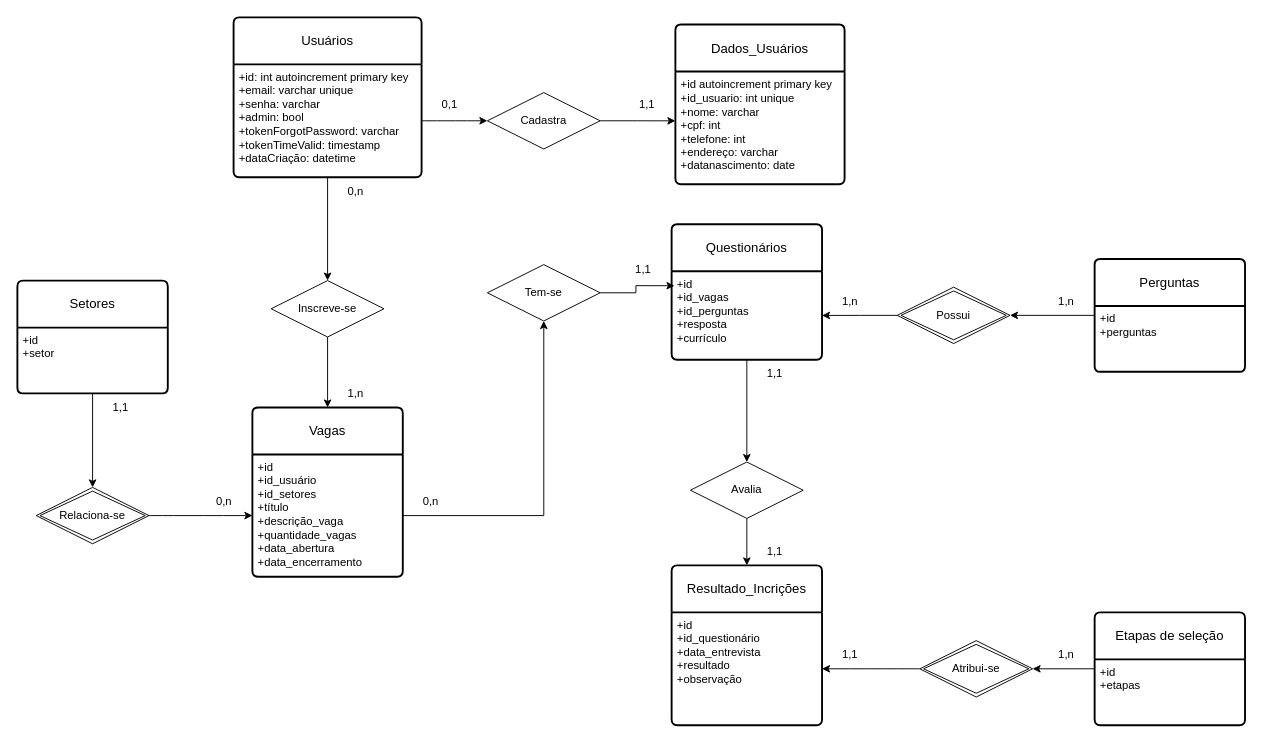
Above: Diagrama Modelo Relacional.drawio in ExtraProjects860/Project-Selection-Process-Control (draw.io), before the change. Source tidied: cells renumbered, new cells numbered last; positions are measured from the earlier drawing's top-left corner, leaving out a move shared by most shapes. Both pictures are drawn from the tidied source at 94%, with x=0, y=0 at pixel (17, 17).
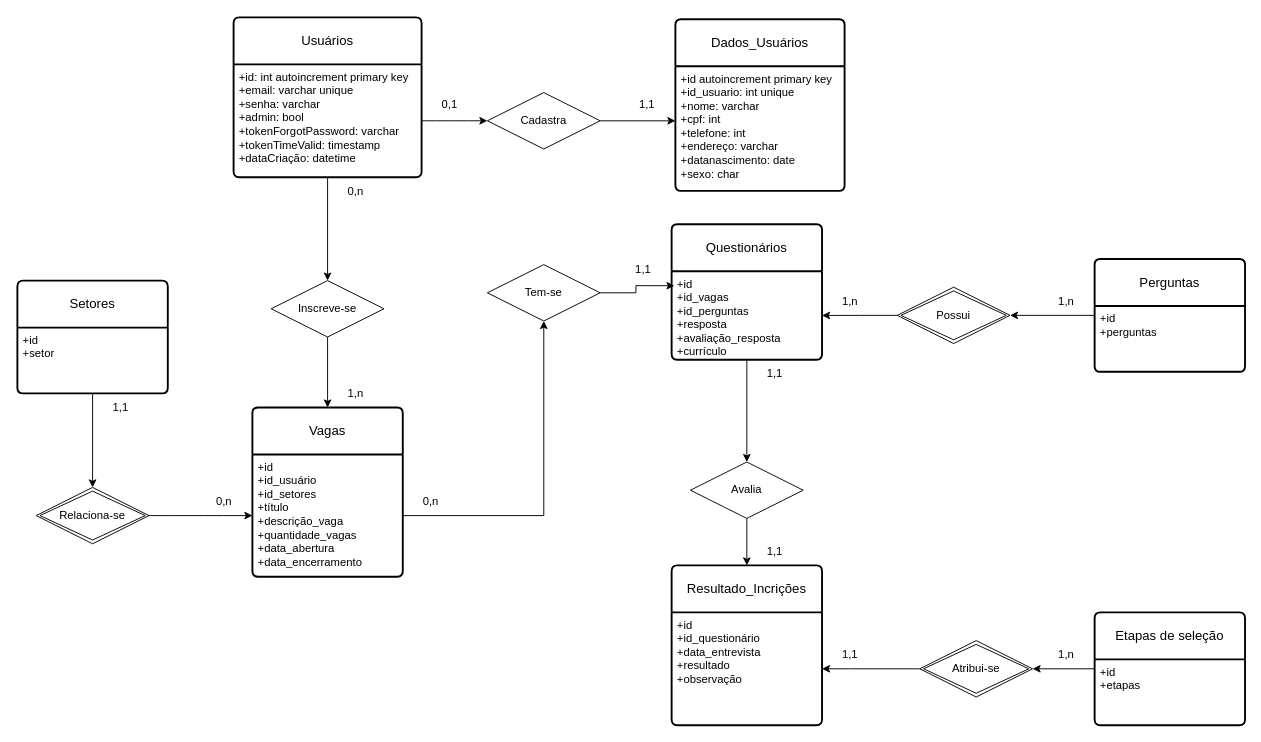
The same diagram, later.

Unchanged cells that the change refers to:
```xml
<mxCell id="17" value="Questionários" style="swimlane;horizontal=1;startSize=50;rounded=1;fontSize=14;fontStyle=0;strokeWidth=2;shadow=0;dashed=0;align=center;arcSize=4;whiteSpace=wrap;html=1;" parent="1" vertex="1">
  <mxGeometry x="696" y="220" width="160" height="144.2" as="geometry" />
</mxCell>
```

Change to the diagram source:
```diff
@@
     <mxCell id="4" value="Dados_Usuários" style="swimlane;horizontal=1;startSize=50;rounded=1;fontSize=14;fontStyle=0;strokeWidth=2;shadow=0;dashed=0;align=center;arcSize=4;whiteSpace=wrap;html=1;" parent="1" vertex="1">
-      <mxGeometry x="700" y="7.5" width="180" height="170" as="geometry" />
+      <mxGeometry x="700" y="2" width="180" height="182.5" as="geometry" />
     </mxCell>
-    <mxCell id="5" value="&lt;div&gt;+id&amp;nbsp;&lt;span style=&quot;background-color: initial;&quot;&gt;autoincrement primary key&lt;/span&gt;&lt;/div&gt;&lt;div&gt;+id_usuario: int unique&lt;/div&gt;+nome: varchar&lt;div&gt;+cpf: int&lt;br&gt;&lt;div&gt;+telefone: int&lt;/div&gt;&lt;div&gt;+endereço: varchar&lt;/div&gt;&lt;div&gt;+datanascimento: date&lt;/div&gt;&lt;/div&gt;" style="align=left;strokeColor=none;fillColor=none;spacingLeft=4;fontSize=12;verticalAlign=top;html=1;" parent="4" vertex="1">
-      <mxGeometry y="50" width="180" height="120" as="geometry" />
+    <mxCell id="5" value="&lt;div&gt;+id&amp;nbsp;&lt;span style=&quot;background-color: initial;&quot;&gt;autoincrement primary key&lt;/span&gt;&lt;/div&gt;&lt;div&gt;+id_usuario: int unique&lt;/div&gt;+nome: varchar&lt;div&gt;+cpf: int&lt;br&gt;&lt;div&gt;+telefone: int&lt;/div&gt;&lt;div&gt;+endereço: varchar&lt;/div&gt;&lt;div&gt;+datanascimento: date&lt;/div&gt;&lt;/div&gt;&lt;div&gt;+sexo: char&lt;/div&gt;" style="align=left;strokeColor=none;fillColor=none;spacingLeft=4;fontSize=12;verticalAlign=top;html=1;" parent="4" vertex="1">
+      <mxGeometry y="50" width="180" height="132.5" as="geometry" />
     </mxCell>
@@
-    <mxCell id="18" value="+id&lt;div&gt;+id_vagas&lt;br&gt;+id_perguntas&lt;/div&gt;&lt;div&gt;+resposta&lt;br&gt;&lt;div&gt;+currículo&lt;/div&gt;&lt;/div&gt;" style="align=left;strokeColor=none;fillColor=none;spacingLeft=4;fontSize=12;verticalAlign=top;html=1;" parent="17" vertex="1">
+    <mxCell id="18" value="+id&lt;div&gt;+id_vagas&lt;br&gt;+id_perguntas&lt;/div&gt;&lt;div&gt;+resposta&lt;/div&gt;&lt;div&gt;+avaliação_resposta&lt;br&gt;&lt;div&gt;+currículo&lt;/div&gt;&lt;/div&gt;" style="align=left;strokeColor=none;fillColor=none;spacingLeft=4;fontSize=12;verticalAlign=top;html=1;" parent="17" vertex="1">
       <mxGeometry y="50" width="160" height="94.2" as="geometry" />
     </mxCell>
```
